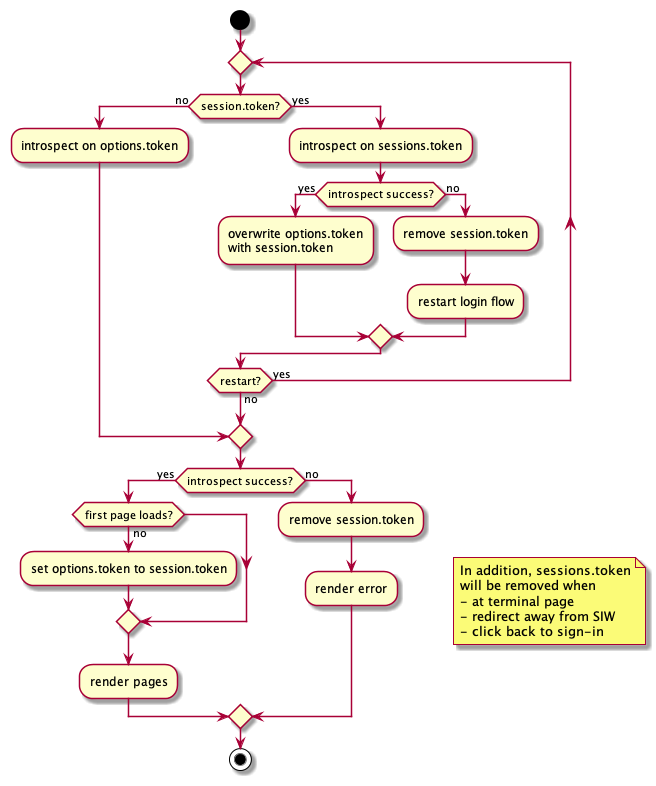
Above: docs/manage-stateHandle-in-sessionStorage.png in okta/okta-signin-widget (PlantUML), before the change. The source it was exported from:
```plantuml
@startuml
start

repeat
if (session.token?) then (no)
  :introspect on options.token;
  break
else (yes)
  :introspect on sessions.token;
  if (introspect success?) then (yes)
    :overwrite options.token\nwith session.token;
  else (no)
    :remove session.token;
    :restart login flow;
  endif
endif
repeat while (restart?) is (yes) not (no)

if (introspect success?) then (yes)
  if (first page loads?) then (no)
    :set options.token to session.token;
  endif
  :render pages;
else (no)
  :remove session.token;
  :render error;
endif
note right
  In addition, sessions.token
  will be removed when
  - at terminal page
  - redirect away from SIW
  - click back to sign-in
end note
stop

@enduml
```
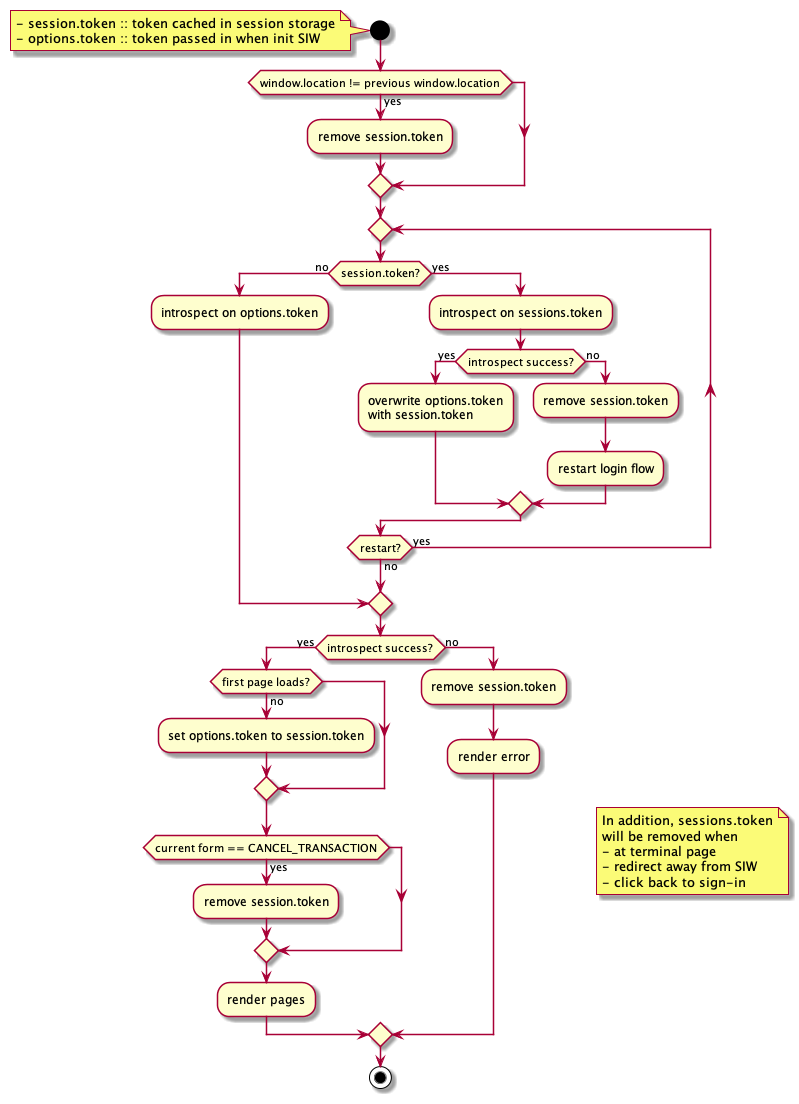
After the commit.

Commit message:
Update state handle session management diagram

Diff of the diagram source:
```diff
@@ -1,5 +1,14 @@
 @startuml
 start
+
+note left
+  - session.token :: token cached in session storage
+  - options.token :: token passed in when init SIW
+end note
+
+if (window.location != previous window.location) then (yes)
+  :remove session.token;
+endif
 
 repeat
 if (session.token?) then (no)
@@ -20,6 +29,9 @@
   if (first page loads?) then (no)
     :set options.token to session.token;
   endif
+  if (current form == CANCEL_TRANSACTION) then (yes)
+    :remove session.token;
+  endif
   :render pages;
 else (no)
   :remove session.token;
```
